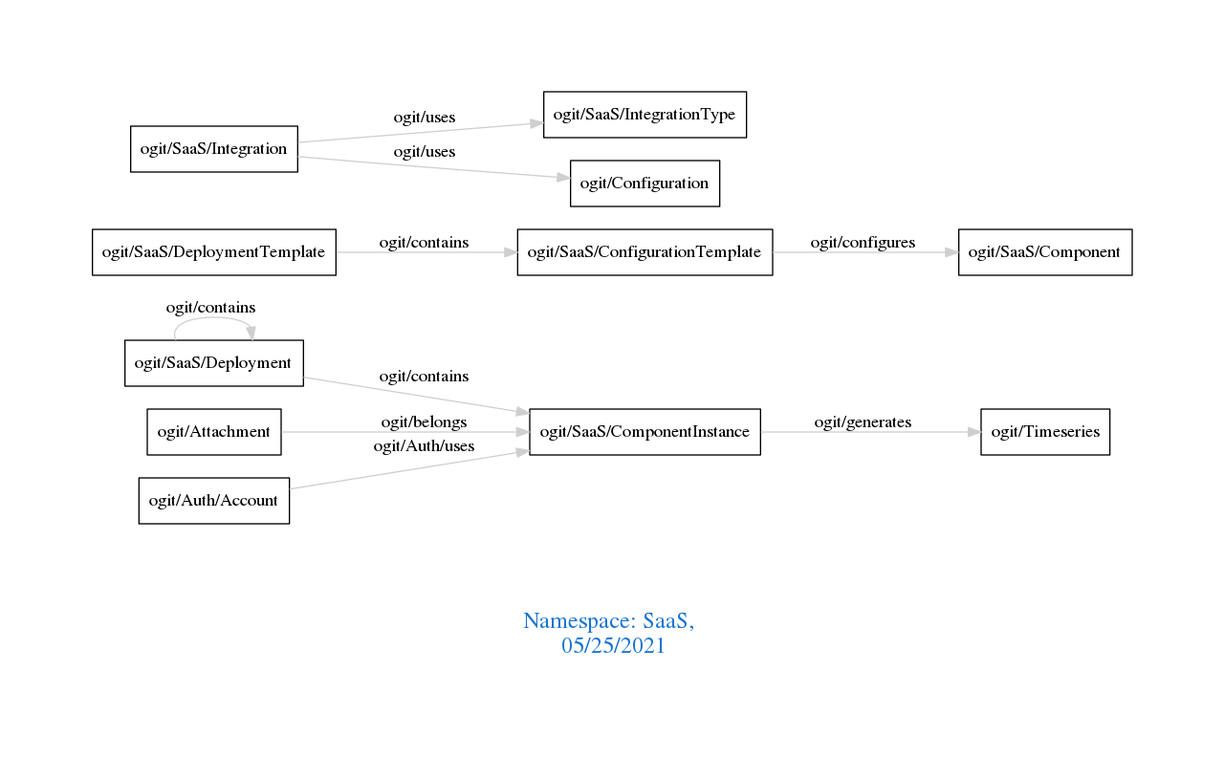
This is downloads/SaaS.png from arago/OGIT, a Graphviz export, as it was before one commit. Its source is kept beside it as downloads/SaaS.dot.
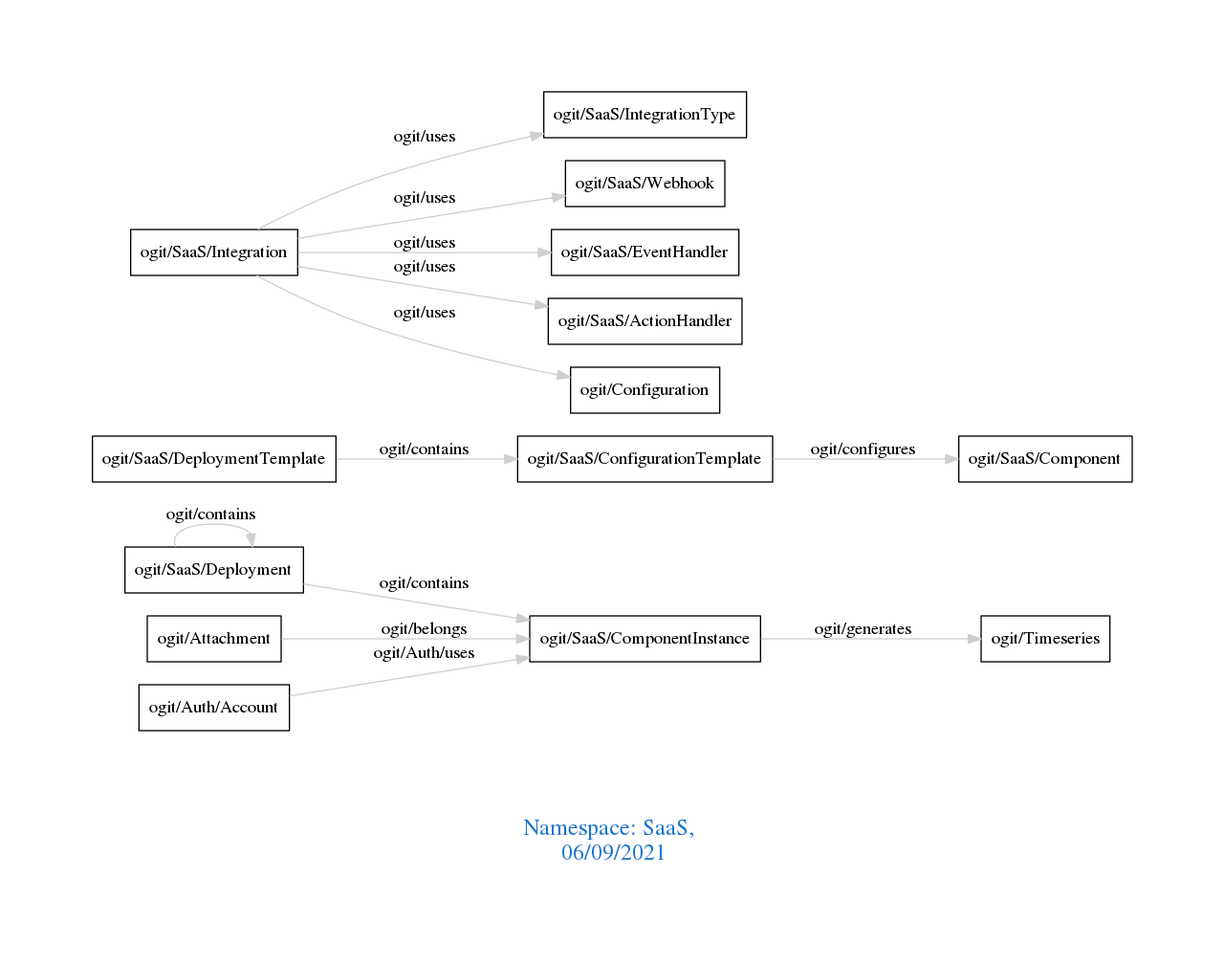
After the commit.

What changed in the source:
```diff
@@ -1,7 +1,7 @@
 digraph OGIT_ontology {
  graph [ rankdir= LR,pad=1
 fontsize = 18,
-fontcolor= dodgerblue3,label = "\n\n\nNamespace: SaaS, \n 05/25/2021"];
+fontcolor= dodgerblue3,label = "\n\n\nNamespace: SaaS, \n 06/09/2021"];
 node[shape=polygon];
 edge [  color="gray81"];
 
@@ -11,6 +11,9 @@
    "ogit/SaaS/ConfigurationTemplate" -> "ogit/SaaS/Component" [label="   ogit/configures    "];
    "ogit/Attachment" -> "ogit/SaaS/ComponentInstance" [label="   ogit/belongs    "];
    "ogit/SaaS/Integration" -> "ogit/SaaS/IntegrationType" [label="   ogit/uses    "];
+   "ogit/SaaS/Integration" -> "ogit/SaaS/Webhook" [label="   ogit/uses    "];
+   "ogit/SaaS/Integration" -> "ogit/SaaS/EventHandler" [label="   ogit/uses    "];
+   "ogit/SaaS/Integration" -> "ogit/SaaS/ActionHandler" [label="   ogit/uses    "];
    "ogit/SaaS/Integration" -> "ogit/Configuration" [label="   ogit/uses    "];
    "ogit/Auth/Account" -> "ogit/SaaS/ComponentInstance" [label="   ogit/Auth/uses    "];
    "ogit/SaaS/Deployment" -> "ogit/SaaS/Deployment" [label="   ogit/contains    "];
```
